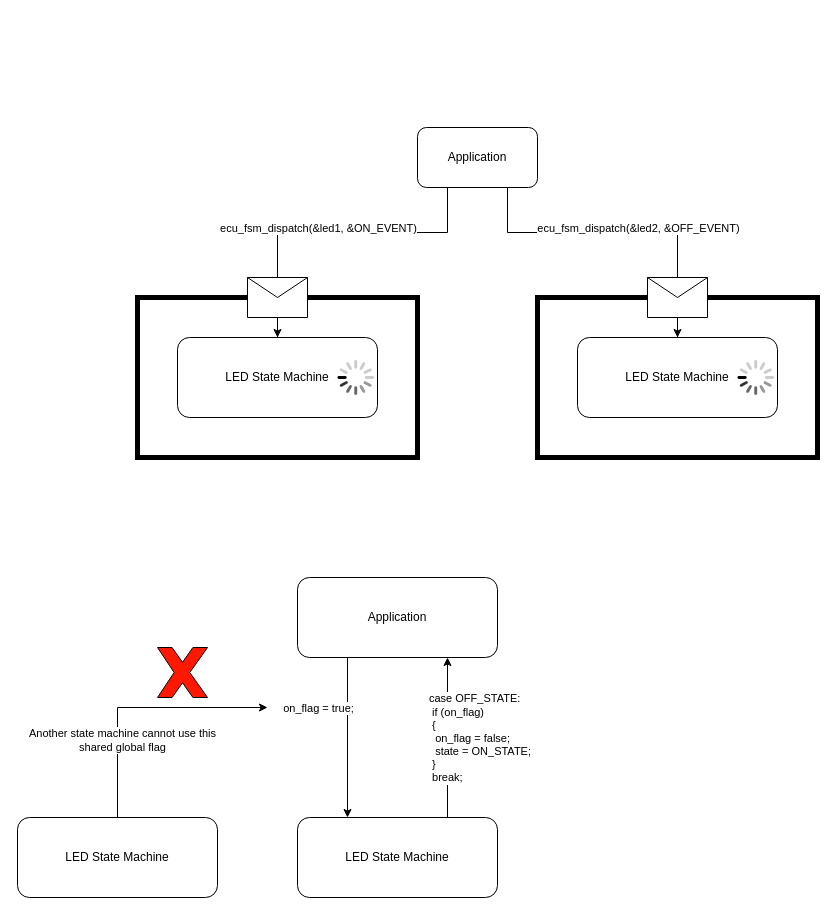
ress059/ecu keeps this draw.io diagram as page "event_driven_paradigm_multiple_instances" (10 of 17) of doc/images/fsm/fsm.drawio. Above is the earlier version. Source tidied: cells renumbered, new cells numbered last; positions are measured from the earlier drawing's top-left corner, leaving out a move shared by most shapes. Both pictures are drawn from the tidied source at 100%, with x=0, y=0 at pixel (17, 127).
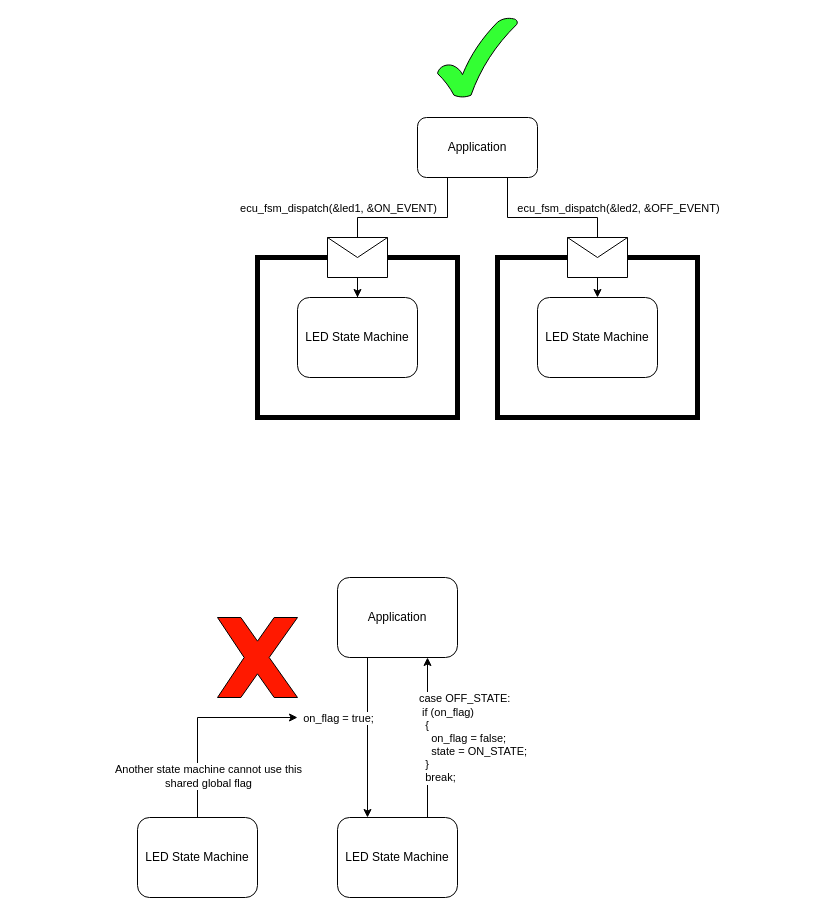
The same page after the edit.

The change refers to these unchanged cells:
```xml
<mxCell id="2" style="edgeStyle=orthogonalEdgeStyle;rounded=0;jettySize=auto;html=1;entryX=0.75;entryY=1;entryDx=0;entryDy=0;exitX=0.75;exitY=0;exitDx=0;exitDy=0;" parent="1" edge="1" source="4" target="7">
  <mxGeometry relative="1" as="geometry" />
</mxCell>
<mxCell id="5" style="edgeStyle=orthogonalEdgeStyle;rounded=0;jettySize=auto;html=1;entryX=0.25;entryY=0;entryDx=0;entryDy=0;exitX=0.25;exitY=1;exitDx=0;exitDy=0;" parent="1" edge="1" source="7" target="4">
  <mxGeometry relative="1" as="geometry" />
</mxCell>
```

Change to the diagram source:
```diff
@@
+    <mxCell id="27" style="rounded=0;whiteSpace=wrap;html=1;strokeWidth=5;" parent="1" vertex="1">
+      <mxGeometry x="480" y="130" width="200" height="160" as="geometry" />
+    </mxCell>
+    <mxCell id="28" value="LED State Machine" style="rounded=1;whiteSpace=wrap;html=1;" parent="1" vertex="1">
+      <mxGeometry x="520" y="170" width="120" height="80" as="geometry" />
+    </mxCell>
+    <mxCell id="29" style="edgeStyle=orthogonalEdgeStyle;rounded=0;jettySize=auto;html=1;entryX=0.5;entryY=0;entryDx=0;entryDy=0;exitX=0.5;exitY=1;exitDx=0;exitDy=0;" parent="1" edge="1" source="26" target="28">
+      <mxGeometry relative="1" as="geometry" />
+    </mxCell>
@@
-    <mxCell id="3" value="case OFF_STATE:&lt;br&gt;&lt;span style=&quot;white-space: pre;&quot;&gt; &lt;/span&gt;if (on_flag)&lt;br&gt;&lt;span style=&quot;white-space: pre;&quot;&gt; &lt;/span&gt;{&lt;br&gt;&lt;span style=&quot;white-space: pre;&quot;&gt; &lt;/span&gt;&lt;span style=&quot;white-space: pre;&quot;&gt; &lt;/span&gt;on_flag&amp;nbsp;= false;&lt;br&gt;&lt;span style=&quot;white-space: pre;&quot;&gt; &lt;/span&gt;&lt;span style=&quot;white-space: pre;&quot;&gt; &lt;/span&gt;state = ON_STATE;&lt;br&gt;&lt;span style=&quot;white-space: pre;&quot;&gt; &lt;/span&gt;}&lt;br&gt;&lt;span style=&quot;white-space: pre;&quot;&gt; &lt;/span&gt;break;" style="edgeLabel;html=1;align=left;verticalAlign=middle;" parent="2" vertex="1">
+    <mxCell id="3" value="case OFF_STATE:&lt;br&gt;&lt;span style=&quot;white-space: pre;&quot;&gt; &lt;/span&gt;if (on_flag)&lt;br&gt;&lt;span style=&quot;white-space: pre;&quot;&gt; &lt;span style=&quot;white-space: pre;&quot;&gt; &lt;/span&gt;&lt;/span&gt;{&lt;br&gt;&lt;span style=&quot;white-space: pre;&quot;&gt; &lt;/span&gt;&lt;span style=&quot;white-space: pre;&quot;&gt; &lt;span style=&quot;white-space: pre;&quot;&gt; &lt;/span&gt;&lt;span style=&quot;white-space: pre;&quot;&gt; &lt;/span&gt;&lt;/span&gt;on_flag&amp;nbsp;= false;&lt;br&gt;&lt;span style=&quot;white-space: pre;&quot;&gt; &lt;/span&gt;&lt;span style=&quot;white-space: pre;&quot;&gt; &lt;span style=&quot;white-space: pre;&quot;&gt; &lt;/span&gt;&lt;span style=&quot;white-space: pre;&quot;&gt; &lt;/span&gt;&lt;/span&gt;state = ON_STATE;&lt;br&gt;&lt;span style=&quot;white-space: pre;&quot;&gt; &lt;span style=&quot;white-space: pre;&quot;&gt; &lt;/span&gt;&lt;/span&gt;}&lt;br&gt;&lt;span style=&quot;white-space: pre;&quot;&gt; &lt;span style=&quot;white-space: pre;&quot;&gt; &lt;/span&gt;&lt;/span&gt;break;" style="edgeLabel;html=1;align=left;verticalAlign=middle;" parent="2" vertex="1">
       <mxGeometry x="0.28" y="1" relative="1" as="geometry">
-        <mxPoint x="-19" y="22" as="offset" />
+        <mxPoint x="-9" y="22" as="offset" />
       </mxGeometry>
     </mxCell>
     <mxCell id="4" value="LED State Machine" style="rounded=1;whiteSpace=wrap;html=1;" parent="1" vertex="1">
-      <mxGeometry x="280" y="690" width="200" height="80" as="geometry" />
+      <mxGeometry x="320" y="690" width="120" height="80" as="geometry" />
     </mxCell>
@@
     <mxCell id="6" value="&lt;div style=&quot;text-align: left;&quot;&gt;on_flag = true;&lt;/div&gt;" style="edgeLabel;html=1;align=center;verticalAlign=middle;" parent="5" vertex="1">
       <mxGeometry x="0.33" y="-2" relative="1" as="geometry">
-        <mxPoint x="-28" y="-56" as="offset" />
+        <mxPoint x="-28" y="-46" as="offset" />
       </mxGeometry>
     </mxCell>
     <mxCell id="7" value="Application" style="rounded=1;whiteSpace=wrap;html=1;" parent="1" vertex="1">
-      <mxGeometry x="280" y="450" width="200" height="80" as="geometry" />
+      <mxGeometry x="320" y="450" width="120" height="80" as="geometry" />
     </mxCell>
-    <mxCell id="8" style="edgeStyle=orthogonalEdgeStyle;rounded=0;jettySize=auto;html=1;exitX=0.5;exitY=0;exitDx=0;exitDy=0;" parent="1" edge="1" source="10">
+    <mxCell id="8" style="edgeStyle=orthogonalEdgeStyle;rounded=0;jettySize=auto;html=1;exitX=0.5;exitY=0;exitDx=0;exitDy=0;" parent="1" edge="1" source="31">
       <mxGeometry relative="1" as="geometry">
-        <mxPoint x="250" y="580" as="targetPoint" />
+        <mxPoint x="280" y="590" as="targetPoint" />
         <Array as="points">
-          <mxPoint x="100" y="580" />
+          <mxPoint x="180" y="590" />
         </Array>
       </mxGeometry>
     </mxCell>
     <mxCell id="9" value="Another state machine cannot use this&lt;br&gt;shared global flag" style="edgeLabel;html=1;align=center;verticalAlign=middle;" parent="8" vertex="1">
-      <mxGeometry x="-0.4" y="-4" relative="1" as="geometry" />
+      <mxGeometry x="-0.4" y="-4" relative="1" as="geometry">
+        <mxPoint x="6" y="18" as="offset" />
+      </mxGeometry>
     </mxCell>
-    <mxCell id="10" value="LED State Machine" style="rounded=1;whiteSpace=wrap;html=1;" parent="1" vertex="1">
-      <mxGeometry y="690" width="200" height="80" as="geometry" />
-    </mxCell>
     <mxCell id="11" style="verticalLabelPosition=bottom;verticalAlign=top;html=1;shape=mxgraph.basic.x;fillColor=#FF1900;" parent="1" vertex="1">
-      <mxGeometry x="140" y="520" width="50" height="50" as="geometry" />
+      <mxGeometry x="200" y="490" width="80" height="80" as="geometry" />
     </mxCell>
     <mxCell id="12" style="rounded=0;whiteSpace=wrap;html=1;strokeWidth=5;" parent="1" vertex="1">
-      <mxGeometry x="120" y="170" width="280" height="160" as="geometry" />
+      <mxGeometry x="240" y="130" width="200" height="160" as="geometry" />
     </mxCell>
     <mxCell id="13" value="LED State Machine" style="rounded=1;whiteSpace=wrap;html=1;" parent="1" vertex="1">
-      <mxGeometry x="160" y="210" width="200" height="80" as="geometry" />
+      <mxGeometry x="280" y="170" width="120" height="80" as="geometry" />
     </mxCell>
     <mxCell id="14" style="edgeStyle=orthogonalEdgeStyle;rounded=0;jettySize=auto;html=1;entryX=0.5;entryY=0;entryDx=0;entryDy=0;endArrow=none;endFill=0;exitX=0.25;exitY=1;exitDx=0;exitDy=0;" parent="1" edge="1" source="16" target="19">
-      <mxGeometry relative="1" as="geometry" />
+      <mxGeometry relative="1" as="geometry">
+        <Array as="points">
+          <mxPoint x="430" y="90" />
+          <mxPoint x="340" y="90" />
+        </Array>
+      </mxGeometry>
     </mxCell>
     <mxCell id="15" value="ecu_fsm_dispatch(&amp;amp;led1, &amp;amp;ON_EVENT)" style="edgeLabel;html=1;align=center;verticalAlign=middle;" parent="14" vertex="1">
       <mxGeometry x="-0.4" y="3" relative="1" as="geometry">
-        <mxPoint x="-97" y="-8" as="offset" />
+        <mxPoint x="-105" y="-13" as="offset" />
       </mxGeometry>
     </mxCell>
     <mxCell id="16" value="Application" style="rounded=1;whiteSpace=wrap;html=1;" parent="1" vertex="1">
-      <mxGeometry x="400" width="120" height="60" as="geometry" />
+      <mxGeometry x="400" y="-10" width="120" height="60" as="geometry" />
     </mxCell>
@@
-    <mxCell id="18" style="html=1;verticalLabelPosition=bottom;labelBackgroundColor=#ffffff;verticalAlign=top;shadow=0;dashed=0;strokeWidth=2;shape=mxgraph.ios7.misc.loading_circle;" parent="1" vertex="1">
-      <mxGeometry x="320" y="232.5" width="36.5" height="35" as="geometry" />
-    </mxCell>
     <mxCell id="19" style="shape=message;html=1;html=1;outlineConnect=0;labelPosition=center;verticalLabelPosition=bottom;align=center;verticalAlign=top;" parent="1" vertex="1">
-      <mxGeometry x="230" y="150" width="60" height="40" as="geometry" />
+      <mxGeometry x="310" y="110" width="60" height="40" as="geometry" />
     </mxCell>
-    <mxCell id="20" style="rounded=0;whiteSpace=wrap;html=1;strokeWidth=5;" parent="1" vertex="1">
-      <mxGeometry x="520" y="170" width="280" height="160" as="geometry" />
-    </mxCell>
-    <mxCell id="21" value="LED State Machine" style="rounded=1;whiteSpace=wrap;html=1;" parent="1" vertex="1">
-      <mxGeometry x="560" y="210" width="200" height="80" as="geometry" />
-    </mxCell>
     <mxCell id="22" style="edgeStyle=orthogonalEdgeStyle;rounded=0;jettySize=auto;html=1;entryX=0.5;entryY=0;entryDx=0;entryDy=0;endArrow=none;endFill=0;exitX=0.75;exitY=1;exitDx=0;exitDy=0;" parent="1" edge="1" source="16" target="26">
-      <mxGeometry relative="1" as="geometry" />
+      <mxGeometry relative="1" as="geometry">
+        <Array as="points">
+          <mxPoint x="490" y="90" />
+          <mxPoint x="580" y="90" />
+        </Array>
+      </mxGeometry>
     </mxCell>
     <mxCell id="23" value="ecu_fsm_dispatch(&amp;amp;led2, &amp;amp;OFF_EVENT)" style="edgeLabel;html=1;align=center;verticalAlign=middle;" parent="22" vertex="1">
       <mxGeometry x="-0.4" y="3" relative="1" as="geometry">
-        <mxPoint x="97" y="-2" as="offset" />
+        <mxPoint x="105" y="-7" as="offset" />
       </mxGeometry>
     </mxCell>
-    <mxCell id="24" style="edgeStyle=orthogonalEdgeStyle;rounded=0;jettySize=auto;html=1;entryX=0.5;entryY=0;entryDx=0;entryDy=0;" parent="1" edge="1" source="26" target="21">
-      <mxGeometry relative="1" as="geometry" />
-    </mxCell>
-    <mxCell id="25" style="html=1;verticalLabelPosition=bottom;labelBackgroundColor=#ffffff;verticalAlign=top;shadow=0;dashed=0;strokeWidth=2;shape=mxgraph.ios7.misc.loading_circle;" parent="1" vertex="1">
-      <mxGeometry x="720" y="232.5" width="36.5" height="35" as="geometry" />
-    </mxCell>
     <mxCell id="26" style="shape=message;html=1;html=1;outlineConnect=0;labelPosition=center;verticalLabelPosition=bottom;align=center;verticalAlign=top;" parent="1" vertex="1">
-      <mxGeometry x="630" y="150" width="60" height="40" as="geometry" />
+      <mxGeometry x="550" y="110" width="60" height="40" as="geometry" />
     </mxCell>
+    <mxCell id="30" style="verticalLabelPosition=bottom;verticalAlign=top;html=1;shape=mxgraph.basic.tick;fillColor=#33FF33;" parent="1" vertex="1">
+      <mxGeometry x="420" y="-110" width="80" height="80" as="geometry" />
+    </mxCell>
+    <mxCell id="31" value="LED State Machine" style="rounded=1;whiteSpace=wrap;html=1;" parent="1" vertex="1">
+      <mxGeometry x="120" y="690" width="120" height="80" as="geometry" />
+    </mxCell>
```
